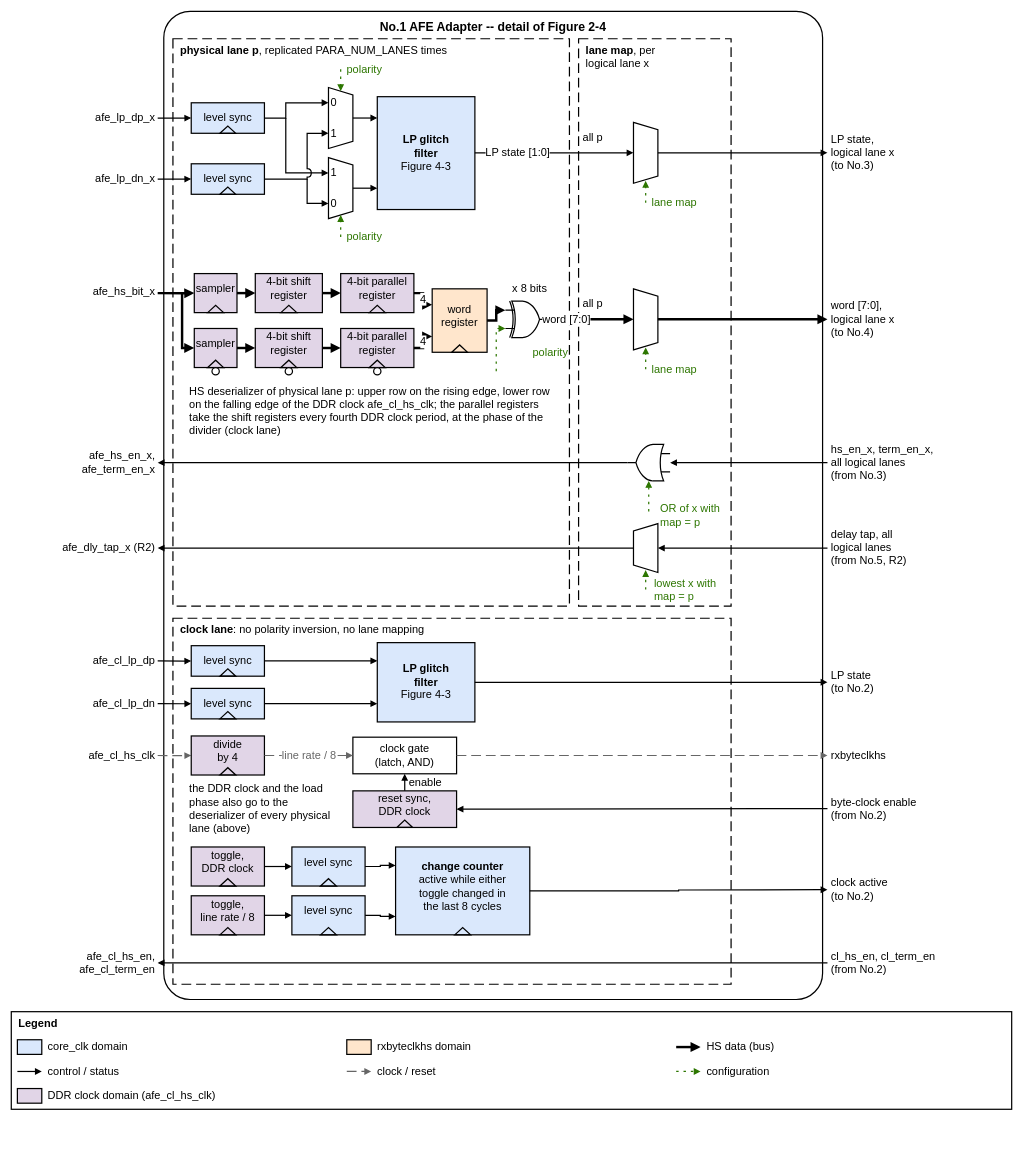
Above: 22fdx/rx/digital/hw/rtl/ip/ftel_dphy_rx/doc/figures/ftel_dphy_rx_afe_adapter.drawio in ftel-cdc/fu3_dphy (draw.io), before the change. Source tidied: cells renumbered, new cells numbered last; positions are measured from the earlier drawing's top-left corner, leaving out a move shared by most shapes. Both pictures are drawn from the tidied source at 61%, with x=0, y=0 at pixel (11, 11).
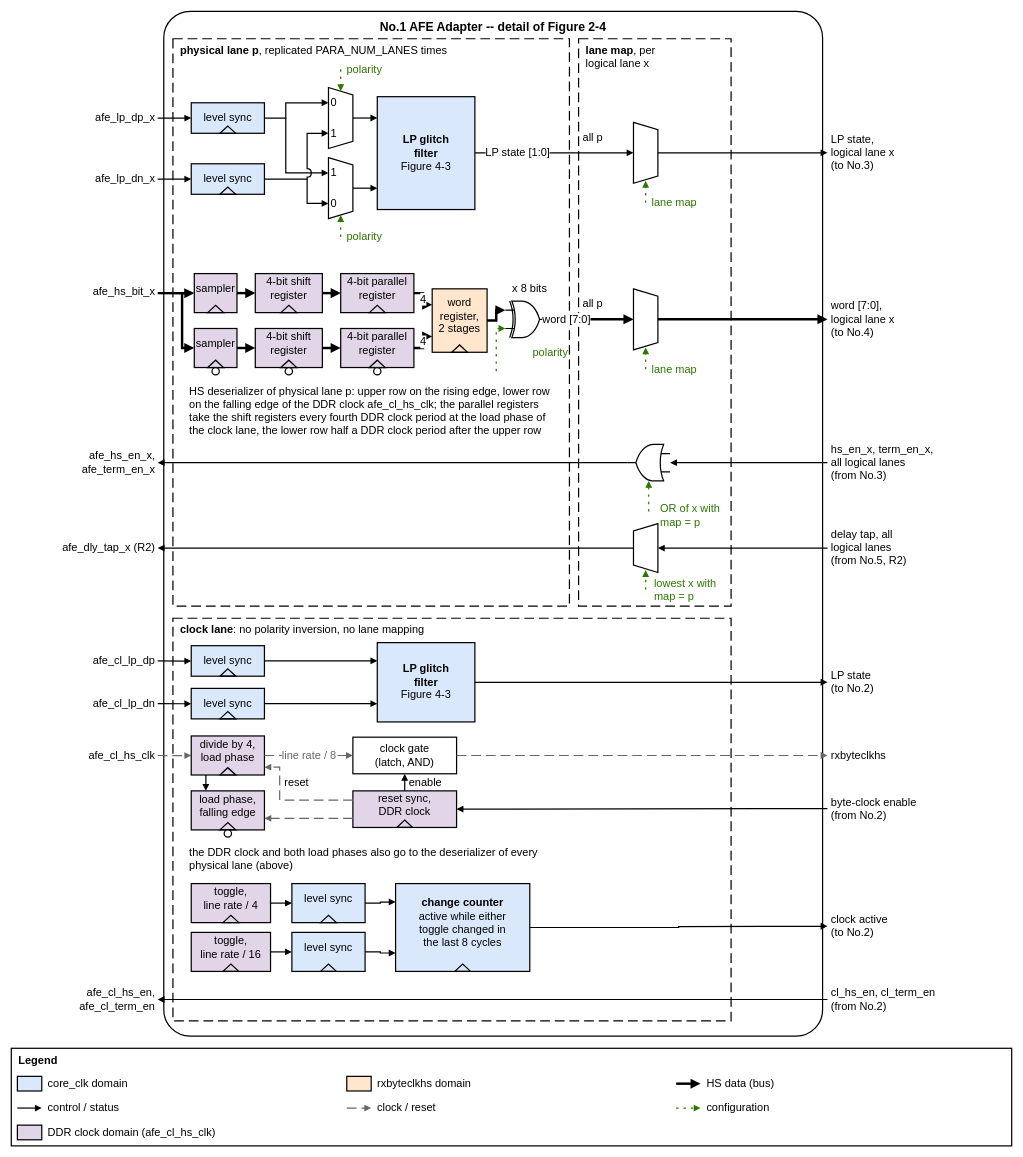
The same page after the edit.

Unchanged cells that the change refers to:
```xml
<mxCell id="115" value="reset sync,&lt;br&gt;DDR clock" style="rounded=0;whiteSpace=wrap;html=1;fontSize=18;strokeWidth=2;fillColor=#E1D5E7;align=center;verticalAlign=middle;spacing=4;spacingBottom=14;" parent="1" vertex="1">
  <mxGeometry x="560" y="1278" width="170" height="60" as="geometry" />
</mxCell>
```

Diff of the diagram source:
```diff
@@
     <mxCell id="2" value="No.1 AFE Adapter  --  detail of Figure 2-4" style="rounded=1;whiteSpace=wrap;html=1;fontSize=20;fontStyle=1;verticalAlign=top;strokeWidth=2;fillColor=none;arcSize=4;spacingTop=6;" parent="1" vertex="1">
-      <mxGeometry x="250" width="1080" height="1620" as="geometry" />
+      <mxGeometry x="250" width="1080" height="1680" as="geometry" />
     </mxCell>
@@
     <mxCell id="62" value="&lt;b&gt;clock lane&lt;/b&gt;: no polarity inversion, no lane mapping" style="rounded=0;whiteSpace=wrap;html=1;fontSize=18;strokeWidth=2;fillColor=none;verticalAlign=top;align=left;spacingLeft=10;spacingTop=2;dashed=1;dashPattern=8 4;" parent="1" vertex="1">
-      <mxGeometry x="265" y="995" width="915" height="600" as="geometry" />
+      <mxGeometry x="265" y="995" width="915" height="660" as="geometry" />
     </mxCell>
@@
     <mxCell id="76" value="cl_hs_en, cl_term_en&lt;br&gt;(from No.2)" style="text;html=1;whiteSpace=wrap;fontSize=18;align=left;verticalAlign=middle;strokeColor=none;fillColor=none;spacing=2;" parent="1" vertex="1">
-      <mxGeometry x="1342" y="1526" width="300" height="68" as="geometry" />
+      <mxGeometry x="1342" y="1586" width="300" height="68" as="geometry" />
     </mxCell>
     <mxCell id="77" style="endArrow=block;endFill=1;html=1;fontSize=18;edgeStyle=orthogonalEdgeStyle;rounded=0;jumpStyle=arc;jumpSize=12;labelBackgroundColor=#FFFFFF;strokeWidth=2;" parent="1" edge="1">
       <mxGeometry relative="1" as="geometry">
-        <mxPoint x="1338" y="1560" as="sourcePoint" />
-        <mxPoint x="240" y="1560" as="targetPoint" />
+        <mxPoint x="1338" y="1620" as="sourcePoint" />
+        <mxPoint x="240" y="1620" as="targetPoint" />
       </mxGeometry>
     </mxCell>
     <mxCell id="78" value="afe_cl_hs_en,&lt;br&gt;afe_cl_term_en" style="text;html=1;whiteSpace=wrap;fontSize=18;align=right;verticalAlign=middle;strokeColor=none;fillColor=none;spacing=2;" parent="1" vertex="1">
-      <mxGeometry y="1530" width="238" height="60" as="geometry" />
+      <mxGeometry y="1590" width="238" height="60" as="geometry" />
     </mxCell>
@@
-    <mxCell id="101" value="word&lt;br&gt;register" style="rounded=0;whiteSpace=wrap;html=1;fontSize=18;strokeWidth=2;fillColor=#FFE6CC;align=center;verticalAlign=middle;spacing=4;spacingBottom=14;" parent="1" vertex="1">
+    <mxCell id="101" value="word&lt;br&gt;register,&lt;br&gt;2 stages" style="rounded=0;whiteSpace=wrap;html=1;fontSize=18;strokeWidth=2;fillColor=#FFE6CC;align=center;verticalAlign=middle;spacing=4;spacingBottom=14;" parent="1" vertex="1">
       <mxGeometry x="690" y="455" width="90" height="104" as="geometry" />
     </mxCell>
@@
-    <mxCell id="106" value="HS deserializer of physical lane p: upper row on the rising edge, lower row on the falling edge of the DDR clock afe_cl_hs_clk; the parallel registers take the shift registers every fourth DDR clock period, at the phase of the divider (clock lane)" style="text;html=1;whiteSpace=wrap;fontSize=18;align=left;verticalAlign=top;strokeColor=none;fillColor=none;spacing=2;" parent="1" vertex="1">
+    <mxCell id="106" value="HS deserializer of physical lane p: upper row on the rising edge, lower row on the falling edge of the DDR clock afe_cl_hs_clk; the parallel registers take the shift registers every fourth DDR clock period at the load phase of the clock lane, the lower row half a DDR clock period after the upper row" style="text;html=1;whiteSpace=wrap;fontSize=18;align=left;verticalAlign=top;strokeColor=none;fillColor=none;spacing=2;" parent="1" vertex="1">
       <mxGeometry x="290" y="606" width="610" height="80" as="geometry" />
     </mxCell>
@@
-    <mxCell id="109" value="divide&lt;br&gt;by 4" style="rounded=0;whiteSpace=wrap;html=1;fontSize=18;strokeWidth=2;fillColor=#E1D5E7;align=center;verticalAlign=middle;spacing=4;spacingBottom=14;" parent="1" vertex="1">
+    <mxCell id="109" value="divide by 4,&lt;br&gt;load phase" style="rounded=0;whiteSpace=wrap;html=1;fontSize=18;strokeWidth=2;fillColor=#E1D5E7;align=center;verticalAlign=middle;spacing=4;spacingBottom=14;" parent="1" vertex="1">
       <mxGeometry x="295" y="1188" width="120" height="64" as="geometry" />
     </mxCell>
@@
-    <mxCell id="121" value="the DDR clock and the load phase also go to the deserializer of every physical lane (above)" style="text;html=1;whiteSpace=wrap;fontSize=18;align=left;verticalAlign=top;strokeColor=none;fillColor=none;spacing=2;" parent="1" vertex="1">
-      <mxGeometry x="290" y="1258" width="255" height="100" as="geometry" />
+    <mxCell id="121" value="the DDR clock and both load phases also go to the deserializer of every physical lane (above)" style="text;html=1;whiteSpace=wrap;fontSize=18;align=left;verticalAlign=top;strokeColor=none;fillColor=none;spacing=2;" parent="1" vertex="1">
+      <mxGeometry x="290" y="1362" width="620" height="52" as="geometry" />
     </mxCell>
-    <mxCell id="122" value="toggle,&lt;br&gt;DDR clock" style="rounded=0;whiteSpace=wrap;html=1;fontSize=18;strokeWidth=2;fillColor=#E1D5E7;align=center;verticalAlign=middle;spacing=4;spacingBottom=14;" parent="1" vertex="1">
-      <mxGeometry x="295" y="1370" width="120" height="64" as="geometry" />
+    <mxCell id="122" value="toggle,&lt;br&gt;line rate / 4" style="rounded=0;whiteSpace=wrap;html=1;fontSize=18;strokeWidth=2;fillColor=#E1D5E7;align=center;verticalAlign=middle;spacing=4;spacingBottom=14;" parent="1" vertex="1">
+      <mxGeometry x="295" y="1430" width="130" height="64" as="geometry" />
     </mxCell>
     <mxCell id="123" style="triangle;whiteSpace=wrap;html=1;rotation=-90;strokeWidth=2;fillColor=none;" parent="1" vertex="1">
-      <mxGeometry x="349" y="1415" width="12" height="26" as="geometry" />
+      <mxGeometry x="354" y="1475" width="12" height="26" as="geometry" />
     </mxCell>
     <mxCell id="124" value="level sync" style="rounded=0;whiteSpace=wrap;html=1;fontSize=18;strokeWidth=2;fillColor=#DAE8FC;align=center;verticalAlign=middle;spacing=4;spacingBottom=14;" parent="1" vertex="1">
-      <mxGeometry x="460" y="1370" width="120" height="64" as="geometry" />
+      <mxGeometry x="460" y="1430" width="120" height="64" as="geometry" />
     </mxCell>
     <mxCell id="125" style="triangle;whiteSpace=wrap;html=1;rotation=-90;strokeWidth=2;fillColor=none;" parent="1" vertex="1">
-      <mxGeometry x="514" y="1415" width="12" height="26" as="geometry" />
+      <mxGeometry x="514" y="1475" width="12" height="26" as="geometry" />
     </mxCell>
@@
-    <mxCell id="128" value="toggle,&lt;br&gt;line rate / 8" style="rounded=0;whiteSpace=wrap;html=1;fontSize=18;strokeWidth=2;fillColor=#E1D5E7;align=center;verticalAlign=middle;spacing=4;spacingBottom=14;" parent="1" vertex="1">
-      <mxGeometry x="295" y="1450" width="120" height="64" as="geometry" />
+    <mxCell id="128" value="toggle,&lt;br&gt;line rate / 16" style="rounded=0;whiteSpace=wrap;html=1;fontSize=18;strokeWidth=2;fillColor=#E1D5E7;align=center;verticalAlign=middle;spacing=4;spacingBottom=14;" parent="1" vertex="1">
+      <mxGeometry x="295" y="1510" width="130" height="64" as="geometry" />
     </mxCell>
     <mxCell id="129" style="triangle;whiteSpace=wrap;html=1;rotation=-90;strokeWidth=2;fillColor=none;" parent="1" vertex="1">
-      <mxGeometry x="349" y="1495" width="12" height="26" as="geometry" />
+      <mxGeometry x="354" y="1555" width="12" height="26" as="geometry" />
     </mxCell>
     <mxCell id="130" value="level sync" style="rounded=0;whiteSpace=wrap;html=1;fontSize=18;strokeWidth=2;fillColor=#DAE8FC;align=center;verticalAlign=middle;spacing=4;spacingBottom=14;" parent="1" vertex="1">
-      <mxGeometry x="460" y="1450" width="120" height="64" as="geometry" />
+      <mxGeometry x="460" y="1510" width="120" height="64" as="geometry" />
     </mxCell>
     <mxCell id="131" style="triangle;whiteSpace=wrap;html=1;rotation=-90;strokeWidth=2;fillColor=none;" parent="1" vertex="1">
-      <mxGeometry x="514" y="1495" width="12" height="26" as="geometry" />
+      <mxGeometry x="514" y="1555" width="12" height="26" as="geometry" />
     </mxCell>
@@
     <mxCell id="134" value="&lt;b&gt;change counter&lt;/b&gt;&lt;br&gt;active while either&lt;br&gt;toggle changed in&lt;br&gt;the last 8 cycles" style="rounded=0;whiteSpace=wrap;html=1;fontSize=18;strokeWidth=2;fillColor=#DAE8FC;align=center;verticalAlign=middle;spacing=4;spacingBottom=14;" parent="1" vertex="1">
-      <mxGeometry x="630" y="1370" width="220" height="144" as="geometry" />
+      <mxGeometry x="630" y="1430" width="220" height="144" as="geometry" />
     </mxCell>
     <mxCell id="135" style="triangle;whiteSpace=wrap;html=1;rotation=-90;strokeWidth=2;fillColor=none;" parent="1" vertex="1">
-      <mxGeometry x="734" y="1495" width="12" height="26" as="geometry" />
+      <mxGeometry x="734" y="1555" width="12" height="26" as="geometry" />
     </mxCell>
     <mxCell id="136" style="endArrow=block;endFill=1;html=1;fontSize=18;edgeStyle=orthogonalEdgeStyle;rounded=0;jumpStyle=arc;jumpSize=12;labelBackgroundColor=#FFFFFF;strokeWidth=2;exitX=1;exitY=0.5;exitDx=0;exitDy=0;" parent="1" edge="1" source="134">
       <mxGeometry relative="1" as="geometry">
-        <mxPoint x="1338" y="1440" as="targetPoint" />
+        <mxPoint x="1338" y="1500" as="targetPoint" />
       </mxGeometry>
     </mxCell>
     <mxCell id="137" value="clock active&lt;br&gt;(to No.2)" style="text;html=1;whiteSpace=wrap;fontSize=18;align=left;verticalAlign=middle;strokeColor=none;fillColor=none;spacing=2;" parent="1" vertex="1">
-      <mxGeometry x="1342" y="1406" width="300" height="68" as="geometry" />
+      <mxGeometry x="1342" y="1466" width="300" height="68" as="geometry" />
     </mxCell>
+    <mxCell id="154" value="load phase,&lt;br&gt;falling edge" style="rounded=0;whiteSpace=wrap;html=1;fontSize=18;strokeWidth=2;fillColor=#E1D5E7;align=center;verticalAlign=middle;spacing=4;spacingBottom=14;" parent="1" vertex="1">
+      <mxGeometry x="295" y="1278" width="120" height="64" as="geometry" />
+    </mxCell>
+    <mxCell id="155" style="triangle;whiteSpace=wrap;html=1;rotation=-90;strokeWidth=2;fillColor=none;" parent="1" vertex="1">
+      <mxGeometry x="349" y="1323" width="12" height="26" as="geometry" />
+    </mxCell>
+    <mxCell id="156" style="ellipse;whiteSpace=wrap;html=1;strokeWidth=2;fillColor=#FFFFFF;" parent="1" vertex="1">
+      <mxGeometry x="349" y="1342" width="12" height="12" as="geometry" />
+    </mxCell>
+    <mxCell id="157" style="endArrow=block;endFill=1;html=1;fontSize=18;edgeStyle=orthogonalEdgeStyle;rounded=0;jumpStyle=arc;jumpSize=12;labelBackgroundColor=#FFFFFF;strokeWidth=2;exitX=0.2;exitY=1;exitDx=0;exitDy=0;entryX=0.2;entryY=0;entryDx=0;entryDy=0;" parent="1" edge="1" source="109" target="154">
+      <mxGeometry relative="1" as="geometry" />
+    </mxCell>
+    <mxCell id="158" style="endArrow=block;endFill=1;html=1;fontSize=18;edgeStyle=orthogonalEdgeStyle;rounded=0;jumpStyle=arc;jumpSize=12;labelBackgroundColor=#FFFFFF;strokeWidth=2;dashed=1;dashPattern=8 4;strokeColor=#666666;fontColor=#666666;exitX=0;exitY=0.25;exitDx=0;exitDy=0;entryX=1;entryY=0.8;entryDx=0;entryDy=0;" parent="1" edge="1" source="115" target="109">
+      <mxGeometry relative="1" as="geometry">
+        <Array as="points">
+          <mxPoint x="440" y="1293" />
+          <mxPoint x="440" y="1239.2" />
+        </Array>
+      </mxGeometry>
+    </mxCell>
+    <mxCell id="159" style="endArrow=block;endFill=1;html=1;fontSize=18;edgeStyle=orthogonalEdgeStyle;rounded=0;jumpStyle=arc;jumpSize=12;labelBackgroundColor=#FFFFFF;strokeWidth=2;dashed=1;dashPattern=8 4;strokeColor=#666666;fontColor=#666666;exitX=0;exitY=0.75;exitDx=0;exitDy=0;entryX=1;entryY=0.703125;entryDx=0;entryDy=0;" parent="1" edge="1" source="115" target="154">
+      <mxGeometry relative="1" as="geometry" />
+    </mxCell>
+    <mxCell id="160" value="reset" style="text;html=1;whiteSpace=wrap;fontSize=18;align=left;verticalAlign=middle;strokeColor=none;fillColor=none;spacing=2;" parent="1" vertex="1">
+      <mxGeometry x="446" y="1252" width="70" height="26" as="geometry" />
+    </mxCell>
     <mxCell id="138" style="rounded=0;whiteSpace=wrap;html=1;fontSize=18;strokeWidth=2;fillColor=none;align=center;verticalAlign=middle;spacing=4;" parent="1" vertex="1">
-      <mxGeometry y="1640" width="1640" height="160" as="geometry" />
+      <mxGeometry y="1700" width="1640" height="160" as="geometry" />
     </mxCell>
     <mxCell id="139" style="rounded=0;whiteSpace=wrap;html=1;fontSize=18;strokeWidth=2;fillColor=#E1D5E7;align=center;verticalAlign=middle;spacing=4;" parent="1" vertex="1">
-      <mxGeometry x="10" y="1766" width="40" height="24" as="geometry" />
+      <mxGeometry x="10" y="1826" width="40" height="24" as="geometry" />
     </mxCell>
     <mxCell id="140" value="DDR clock domain (afe_cl_hs_clk)" style="text;html=1;whiteSpace=wrap;fontSize=18;align=left;verticalAlign=middle;strokeColor=none;fillColor=none;spacing=2;" parent="1" vertex="1">
-      <mxGeometry x="58" y="1760" width="600" height="36" as="geometry" />
+      <mxGeometry x="58" y="1820" width="600" height="36" as="geometry" />
     </mxCell>
     <mxCell id="141" value="&lt;b&gt;Legend&lt;/b&gt;" style="text;html=1;whiteSpace=wrap;fontSize=18;align=left;verticalAlign=middle;strokeColor=none;fillColor=none;spacing=2;" parent="1" vertex="1">
-      <mxGeometry x="10" y="1644" width="100" height="32" as="geometry" />
+      <mxGeometry x="10" y="1704" width="100" height="32" as="geometry" />
     </mxCell>
     <mxCell id="142" style="rounded=0;whiteSpace=wrap;html=1;fontSize=18;strokeWidth=2;fillColor=#DAE8FC;align=center;verticalAlign=middle;spacing=4;" parent="1" vertex="1">
-      <mxGeometry x="10" y="1686" width="40" height="24" as="geometry" />
+      <mxGeometry x="10" y="1746" width="40" height="24" as="geometry" />
     </mxCell>
     <mxCell id="143" value="core_clk domain" style="text;html=1;whiteSpace=wrap;fontSize=18;align=left;verticalAlign=middle;strokeColor=none;fillColor=none;spacing=2;" parent="1" vertex="1">
-      <mxGeometry x="58" y="1680" width="490" height="36" as="geometry" />
+      <mxGeometry x="58" y="1740" width="490" height="36" as="geometry" />
     </mxCell>
     <mxCell id="144" style="rounded=0;whiteSpace=wrap;html=1;fontSize=18;strokeWidth=2;fillColor=#FFE6CC;align=center;verticalAlign=middle;spacing=4;" parent="1" vertex="1">
-      <mxGeometry x="550" y="1686" width="40" height="24" as="geometry" />
+      <mxGeometry x="550" y="1746" width="40" height="24" as="geometry" />
     </mxCell>
     <mxCell id="145" value="rxbyteclkhs domain" style="text;html=1;whiteSpace=wrap;fontSize=18;align=left;verticalAlign=middle;strokeColor=none;fillColor=none;spacing=2;" parent="1" vertex="1">
-      <mxGeometry x="598" y="1680" width="490" height="36" as="geometry" />
+      <mxGeometry x="598" y="1740" width="490" height="36" as="geometry" />
     </mxCell>
     <mxCell id="146" style="endArrow=block;endFill=1;html=1;fontSize=18;edgeStyle=orthogonalEdgeStyle;rounded=0;jumpStyle=arc;jumpSize=12;labelBackgroundColor=#FFFFFF;strokeWidth=4;edgeStyle=none;" parent="1" edge="1">
       <mxGeometry relative="1" as="geometry">
-        <mxPoint x="1090" y="1698" as="sourcePoint" />
-        <mxPoint x="1130" y="1698" as="targetPoint" />
+        <mxPoint x="1090" y="1758" as="sourcePoint" />
+        <mxPoint x="1130" y="1758" as="targetPoint" />
       </mxGeometry>
     </mxCell>
     <mxCell id="147" value="HS data (bus)" style="text;html=1;whiteSpace=wrap;fontSize=18;align=left;verticalAlign=middle;strokeColor=none;fillColor=none;spacing=2;" parent="1" vertex="1">
-      <mxGeometry x="1138" y="1680" width="490" height="36" as="geometry" />
+      <mxGeometry x="1138" y="1740" width="490" height="36" as="geometry" />
     </mxCell>
     <mxCell id="148" style="endArrow=block;endFill=1;html=1;fontSize=18;edgeStyle=orthogonalEdgeStyle;rounded=0;jumpStyle=arc;jumpSize=12;labelBackgroundColor=#FFFFFF;strokeWidth=2;edgeStyle=none;" parent="1" edge="1">
       <mxGeometry relative="1" as="geometry">
-        <mxPoint x="10" y="1738" as="sourcePoint" />
-        <mxPoint x="50" y="1738" as="targetPoint" />
+        <mxPoint x="10" y="1798" as="sourcePoint" />
+        <mxPoint x="50" y="1798" as="targetPoint" />
       </mxGeometry>
     </mxCell>
     <mxCell id="149" value="control / status" style="text;html=1;whiteSpace=wrap;fontSize=18;align=left;verticalAlign=middle;strokeColor=none;fillColor=none;spacing=2;" parent="1" vertex="1">
-      <mxGeometry x="58" y="1720" width="490" height="36" as="geometry" />
+      <mxGeometry x="58" y="1780" width="490" height="36" as="geometry" />
     </mxCell>
     <mxCell id="150" style="endArrow=block;endFill=1;html=1;fontSize=18;edgeStyle=orthogonalEdgeStyle;rounded=0;jumpStyle=arc;jumpSize=12;labelBackgroundColor=#FFFFFF;strokeWidth=2;dashed=1;dashPattern=8 4;strokeColor=#666666;fontColor=#666666;edgeStyle=none;" parent="1" edge="1">
       <mxGeometry relative="1" as="geometry">
-        <mxPoint x="550" y="1738" as="sourcePoint" />
-        <mxPoint x="590" y="1738" as="targetPoint" />
+        <mxPoint x="550" y="1798" as="sourcePoint" />
+        <mxPoint x="590" y="1798" as="targetPoint" />
       </mxGeometry>
     </mxCell>
     <mxCell id="151" value="clock / reset" style="text;html=1;whiteSpace=wrap;fontSize=18;align=left;verticalAlign=middle;strokeColor=none;fillColor=none;spacing=2;" parent="1" vertex="1">
-      <mxGeometry x="598" y="1720" width="490" height="36" as="geometry" />
+      <mxGeometry x="598" y="1780" width="490" height="36" as="geometry" />
     </mxCell>
     <mxCell id="152" style="endArrow=block;endFill=1;html=1;fontSize=18;edgeStyle=orthogonalEdgeStyle;rounded=0;jumpStyle=arc;jumpSize=12;labelBackgroundColor=#FFFFFF;strokeWidth=2;dashed=1;dashPattern=2 4;strokeColor=#2D7600;fontColor=#2D7600;edgeStyle=none;" parent="1" edge="1">
       <mxGeometry relative="1" as="geometry">
-        <mxPoint x="1090" y="1738" as="sourcePoint" />
-        <mxPoint x="1130" y="1738" as="targetPoint" />
+        <mxPoint x="1090" y="1798" as="sourcePoint" />
+        <mxPoint x="1130" y="1798" as="targetPoint" />
       </mxGeometry>
     </mxCell>
     <mxCell id="153" value="configuration" style="text;html=1;whiteSpace=wrap;fontSize=18;align=left;verticalAlign=middle;strokeColor=none;fillColor=none;spacing=2;" parent="1" vertex="1">
-      <mxGeometry x="1138" y="1720" width="490" height="36" as="geometry" />
+      <mxGeometry x="1138" y="1780" width="490" height="36" as="geometry" />
     </mxCell>
```
